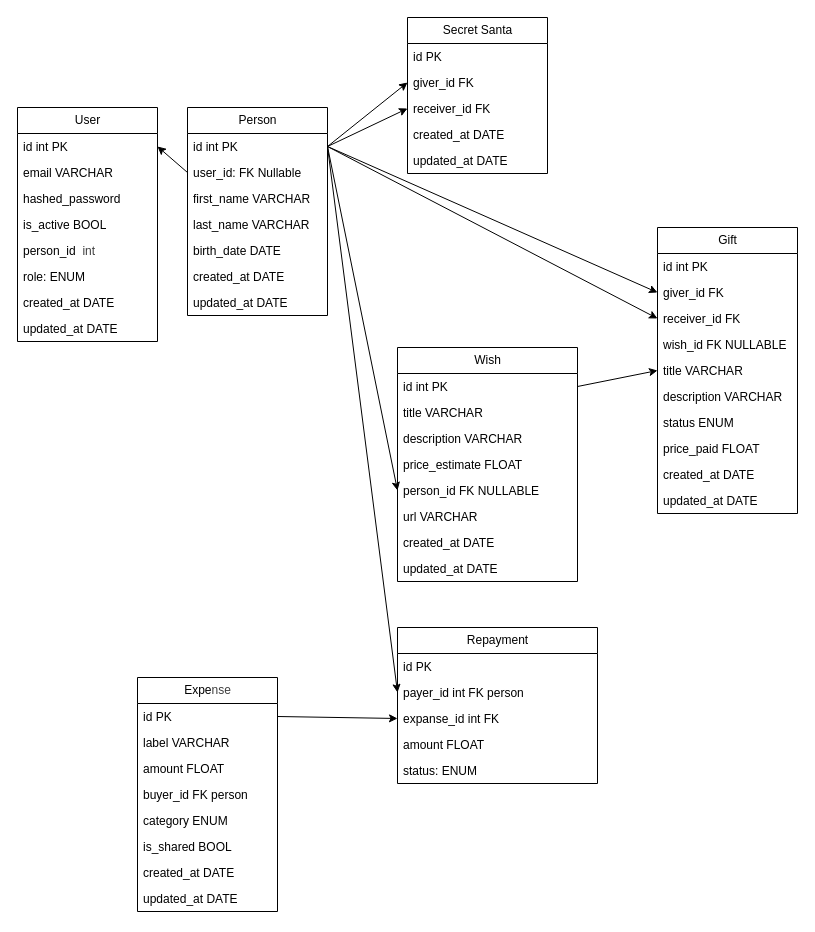
Before: backend/db.drawio in MickyCompanie/xmapp, a draw.io diagram. Source tidied: cells renumbered, new cells numbered last; positions are measured from the earlier drawing's top-left corner, leaving out a move shared by most shapes. Both pictures are drawn from the tidied source at 100%, with x=0, y=0 at pixel (17, 17).
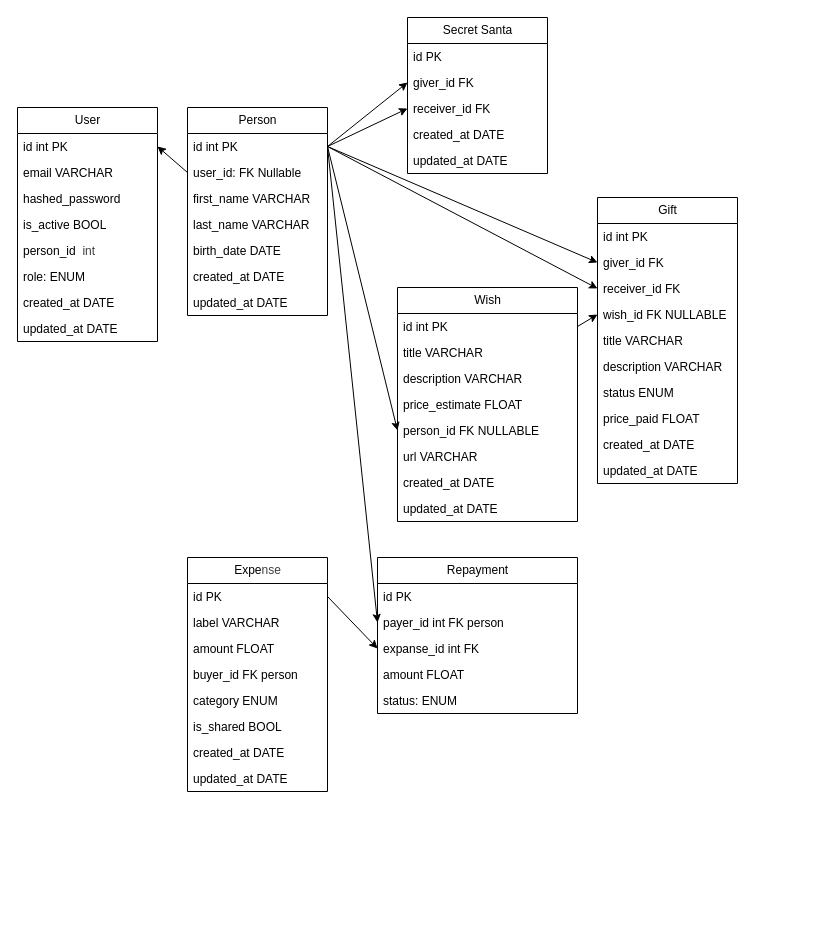
The same page after the edit.

The change refers to these unchanged cells:
```xml
<mxCell id="20" value="id int PK" style="text;strokeColor=none;fillColor=none;align=left;verticalAlign=top;spacingLeft=4;spacingRight=4;overflow=hidden;points=[[0,0.5],[1,0.5]];portConstraint=eastwest;whiteSpace=wrap;html=1;" parent="19" vertex="1">
  <mxGeometry y="26" width="180" height="26" as="geometry" />
</mxCell>
<mxCell id="32" value="wish_id FK NULLABLE" style="text;strokeColor=none;fillColor=none;align=left;verticalAlign=top;spacingLeft=4;spacingRight=4;overflow=hidden;points=[[0,0.5],[1,0.5]];portConstraint=eastwest;whiteSpace=wrap;html=1;" parent="28" vertex="1">
  <mxGeometry y="104" width="140" height="26" as="geometry" />
</mxCell>
```

Change to the diagram source:
```diff
@@
     <mxCell id="19" value="Wish" style="swimlane;fontStyle=0;horizontal=1;startSize=26;fillColor=none;html=1;" parent="1" vertex="1">
-      <mxGeometry x="380" y="330" width="180" height="234" as="geometry" />
+      <mxGeometry x="380" y="270" width="180" height="234" as="geometry" />
     </mxCell>
@@
     <mxCell id="28" value="Gift" style="swimlane;fontStyle=0;horizontal=1;startSize=26;fillColor=none;html=1;" parent="1" vertex="1">
-      <mxGeometry x="640" y="210" width="140" height="286" as="geometry" />
+      <mxGeometry x="580" y="180" width="140" height="286" as="geometry" />
     </mxCell>
@@
     <mxCell id="39" value="Expe&lt;span style=&quot;color: rgb(63, 63, 63); background-color: transparent;&quot;&gt;nse&lt;/span&gt;" style="swimlane;fontStyle=0;horizontal=1;startSize=26;fillColor=none;html=1;" parent="1" vertex="1">
-      <mxGeometry x="120" y="660" width="140" height="234" as="geometry" />
+      <mxGeometry x="170" y="540" width="140" height="234" as="geometry" />
     </mxCell>
@@
-    <mxCell id="60" style="edgeStyle=none;html=1;exitX=1;exitY=0.5;exitDx=0;exitDy=0;entryX=0;entryY=0.5;entryDx=0;entryDy=0;" parent="1" edge="1" source="20" target="28">
+    <mxCell id="60" style="edgeStyle=none;html=1;exitX=1;exitY=0.5;exitDx=0;exitDy=0;entryX=0;entryY=0.5;entryDx=0;entryDy=0;" parent="1" edge="1" source="20" target="32">
       <mxGeometry relative="1" as="geometry" />
     </mxCell>
     <mxCell id="61" value="Repayment" style="swimlane;fontStyle=0;horizontal=1;startSize=26;fillColor=none;html=1;" parent="1" vertex="1">
-      <mxGeometry x="380" y="610" width="200" height="156" as="geometry" />
+      <mxGeometry x="360" y="540" width="200" height="156" as="geometry" />
     </mxCell>
```
